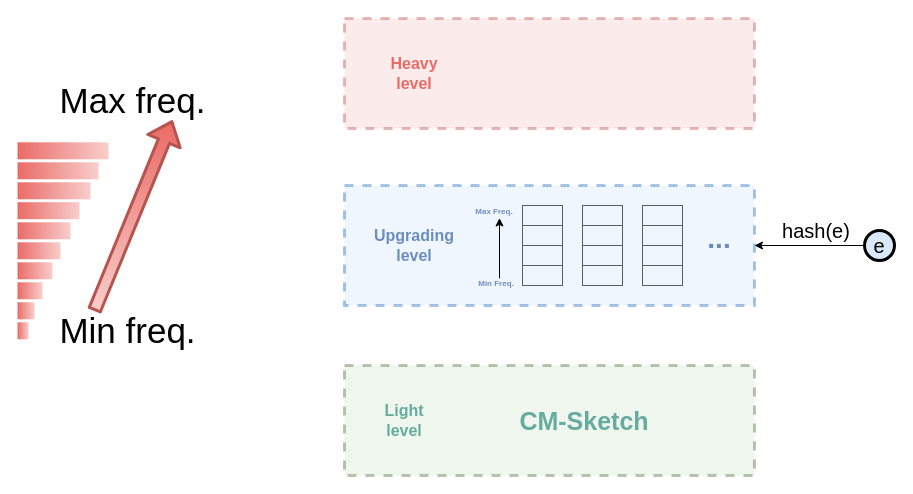
This is page "第 12 页" (10 of 10) of draw.drawio from ChowChongTong/HelloWorld, a draw.io file, before an edit. Source tidied: cells renumbered, new cells numbered last; positions are measured from the earlier drawing's top-left corner, leaving out a move shared by most shapes. Both pictures are drawn from the tidied source at 100%, with x=0, y=0 at pixel (14, 18).
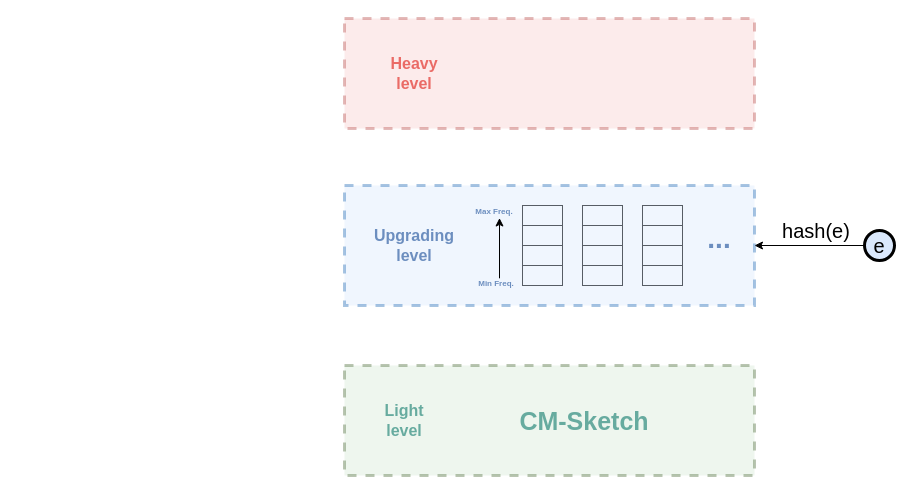
After the change.

Change to the diagram source:
```diff
@@
-    <mxCell id="23" value="&lt;font style=&quot;font-size: 35px&quot;&gt;Max freq.&lt;/font&gt;" style="text;html=1;align=center;verticalAlign=middle;fontStyle=0;fontFamily=Helvetica;fontSize=30;strokeWidth=3;" parent="1" vertex="1">
-      <mxGeometry x="38" y="61.8" width="160" height="40" as="geometry" />
-    </mxCell>
-    <mxCell id="24" value="&lt;font style=&quot;font-size: 35px&quot;&gt;Min freq.&lt;/font&gt;" style="text;html=1;align=center;verticalAlign=middle;points=[];fontStyle=0;fontFamily=Helvetica;fontSize=30;strokeWidth=3;" parent="1" vertex="1">
-      <mxGeometry x="38" y="292.2" width="150" height="40" as="geometry" />
-    </mxCell>
-    <mxCell id="25" style="rounded=0;whiteSpace=wrap;html=1;fontFamily=Helvetica;strokeWidth=3;fillColor=#f8cecc;strokeColor=none;gradientColor=#ea6b66;rotation=90;direction=east;" parent="1" vertex="1">
-      <mxGeometry x="40" y="86.8" width="17" height="91" as="geometry" />
-    </mxCell>
-    <mxCell id="26" style="rounded=0;whiteSpace=wrap;html=1;fontFamily=Helvetica;strokeWidth=3;fillColor=#f8cecc;strokeColor=none;gradientColor=#ea6b66;rotation=90;imageAspect=1;absoluteArcSize=0;" parent="1" vertex="1">
-      <mxGeometry x="35" y="111.8" width="17" height="81" as="geometry" />
-    </mxCell>
-    <mxCell id="27" style="rounded=0;whiteSpace=wrap;html=1;fontFamily=Helvetica;strokeWidth=3;fillColor=#f8cecc;strokeColor=none;gradientColor=#ea6b66;rotation=90;" parent="1" vertex="1">
-      <mxGeometry x="31" y="135.8" width="17" height="73" as="geometry" />
-    </mxCell>
-    <mxCell id="28" style="rounded=0;whiteSpace=wrap;html=1;fontFamily=Helvetica;strokeWidth=3;fillColor=#f8cecc;strokeColor=none;gradientColor=#ea6b66;rotation=90;" parent="1" vertex="1">
-      <mxGeometry x="25.5" y="161.2" width="17" height="62" as="geometry" />
-    </mxCell>
-    <mxCell id="29" style="rounded=0;whiteSpace=wrap;html=1;fontFamily=Helvetica;strokeWidth=3;fillColor=#f8cecc;strokeColor=none;gradientColor=#ea6b66;rotation=90;" parent="1" vertex="1">
-      <mxGeometry x="21" y="185.8" width="17" height="53" as="geometry" />
-    </mxCell>
-    <mxCell id="30" style="rounded=0;whiteSpace=wrap;html=1;fontFamily=Helvetica;strokeWidth=3;fillColor=#f8cecc;strokeColor=none;gradientColor=#ea6b66;rotation=90;" parent="1" vertex="1">
-      <mxGeometry x="16" y="210.8" width="17" height="43" as="geometry" />
-    </mxCell>
-    <mxCell id="31" style="rounded=0;whiteSpace=wrap;html=1;fontFamily=Helvetica;strokeWidth=3;fillColor=#f8cecc;strokeColor=none;gradientColor=#ea6b66;rotation=90;" parent="1" vertex="1">
-      <mxGeometry x="12" y="234.8" width="17" height="35" as="geometry" />
-    </mxCell>
-    <mxCell id="32" style="rounded=0;whiteSpace=wrap;html=1;fontFamily=Helvetica;strokeWidth=3;fillColor=#f8cecc;strokeColor=none;gradientColor=#ea6b66;rotation=90;" parent="1" vertex="1">
-      <mxGeometry x="7" y="259.8" width="17" height="25" as="geometry" />
-    </mxCell>
-    <mxCell id="33" style="rounded=0;whiteSpace=wrap;html=1;fontFamily=Helvetica;strokeWidth=3;fillColor=#f8cecc;strokeColor=none;gradientColor=#ea6b66;rotation=90;" parent="1" vertex="1">
-      <mxGeometry x="3" y="283.8" width="17" height="17" as="geometry" />
-    </mxCell>
-    <mxCell id="34" style="rounded=0;whiteSpace=wrap;html=1;fontFamily=Helvetica;strokeWidth=3;fillColor=#f8cecc;strokeColor=none;gradientColor=#ea6b66;rotation=90;" parent="1" vertex="1">
-      <mxGeometry y="306.8" width="17" height="11" as="geometry" />
-    </mxCell>
-    <mxCell id="35" style="jettySize=auto;html=1;startArrow=none;startFill=0;endArrow=block;endFill=0;strokeColor=#b85450;strokeWidth=3;fontStyle=1;jumpStyle=gap;jumpSize=10;rounded=1;fontFamily=Helvetica;fontSize=30;fillColor=#f8cecc;gradientColor=#ea6b66;shape=flexArrow;gradientDirection=north;exitX=0.278;exitY=0.009;exitDx=0;exitDy=0;exitPerimeter=0;" parent="1" edge="1" source="24">
-      <mxGeometry relative="1" as="geometry">
-        <mxPoint x="158" y="101.8" as="targetPoint" />
-      </mxGeometry>
-    </mxCell>
```
